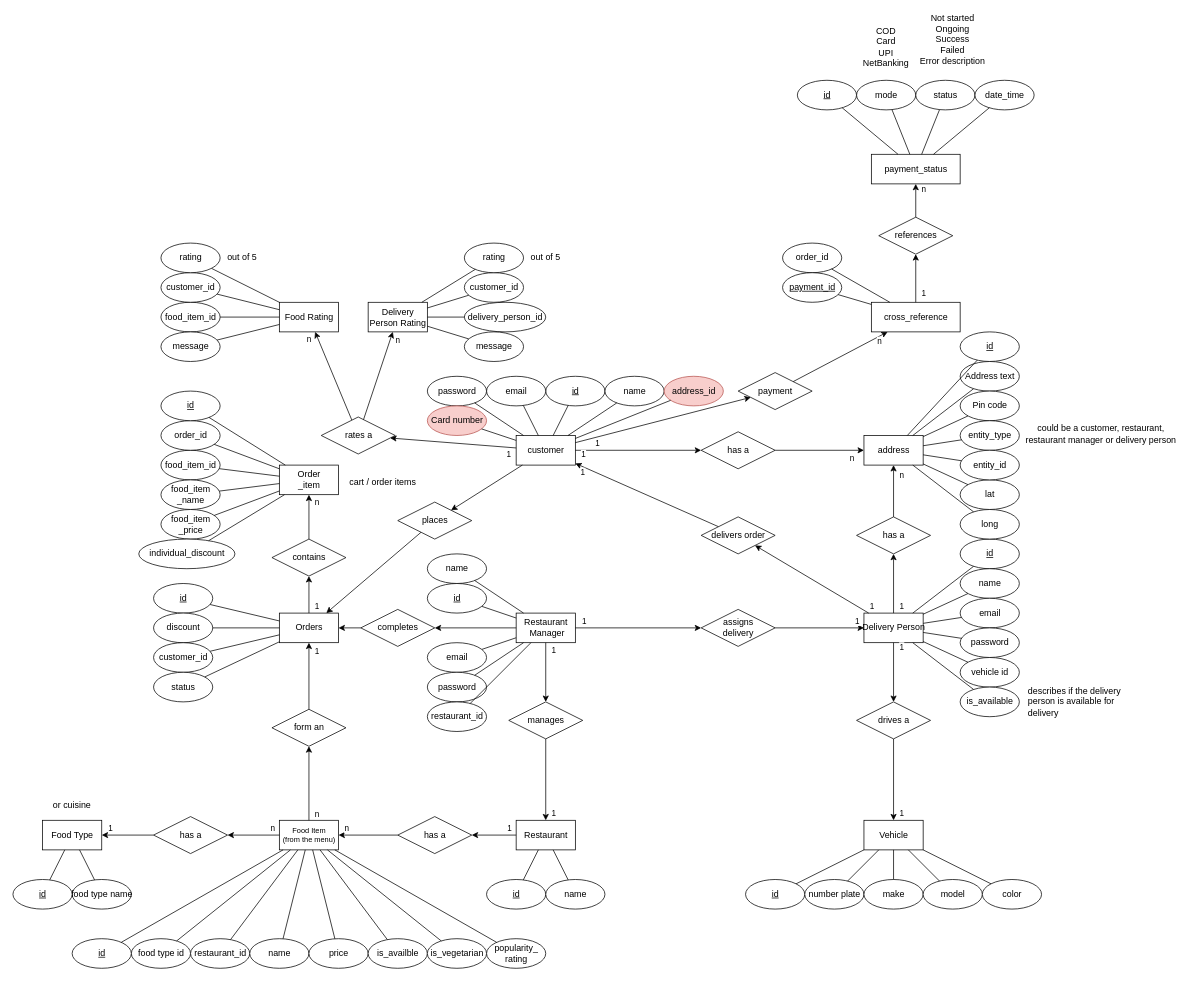
Earlier version of the draw.io diagram diagrams/ER/ER diagram.drawio (callofthewild/hunger-buzz). Source tidied: cells renumbered, new cells numbered last; positions are measured from the earlier drawing's top-left corner, leaving out a move shared by most shapes. Both pictures are drawn from the tidied source at 74%, with x=0, y=0 at pixel (13, 13).
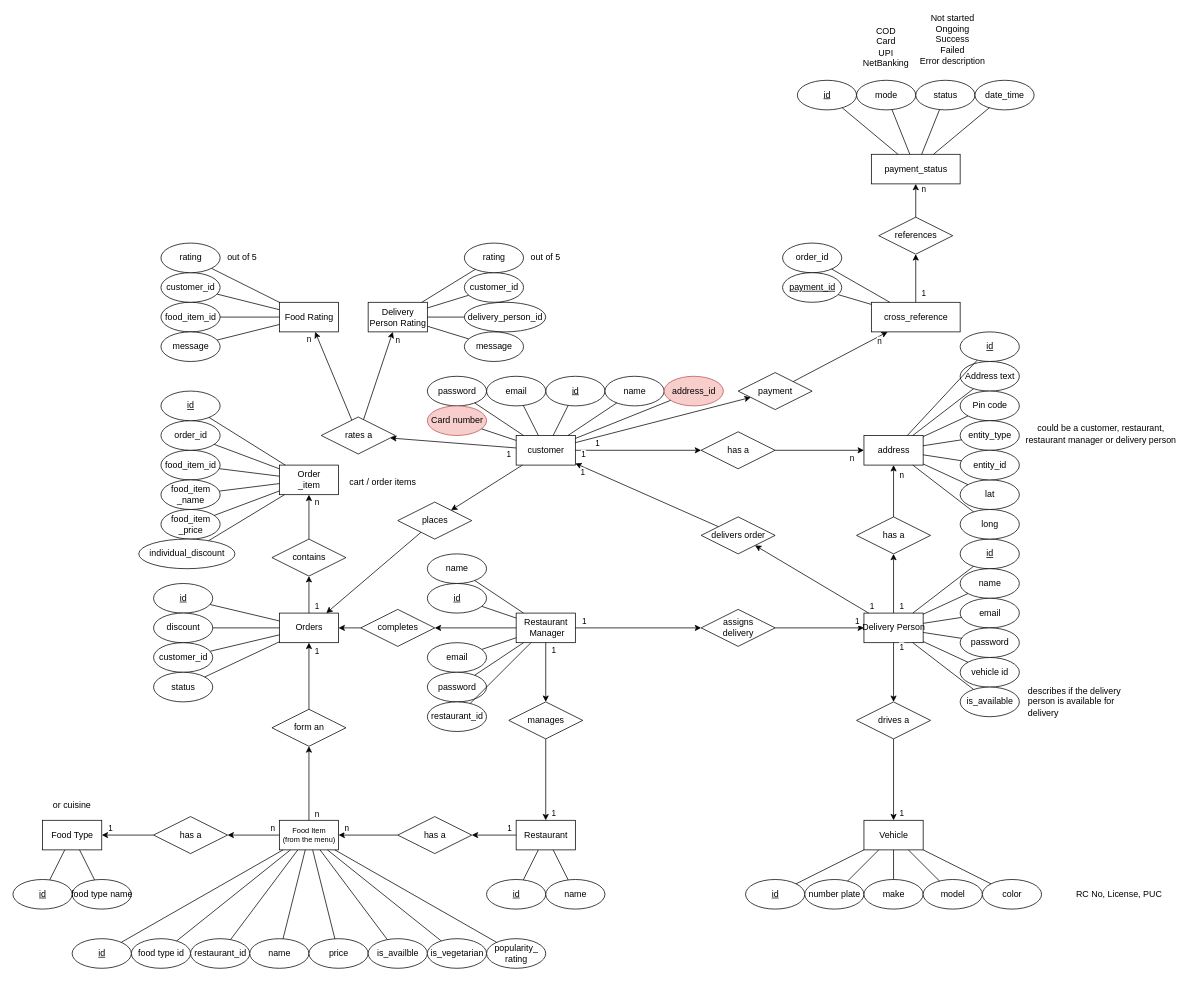
After the change.

Commit message:
t oadd : vehicle details

The edit, as a diff of the source:
```diff
@@
+    <mxCell id="227" value="RC No, License, PUC" style="text;html=1;strokeColor=none;fillColor=none;align=center;verticalAlign=middle;whiteSpace=wrap;rounded=0;" parent="1" vertex="1">
+      <mxGeometry x="1410" y="1175" width="170" height="30" as="geometry" />
+    </mxCell>
```
